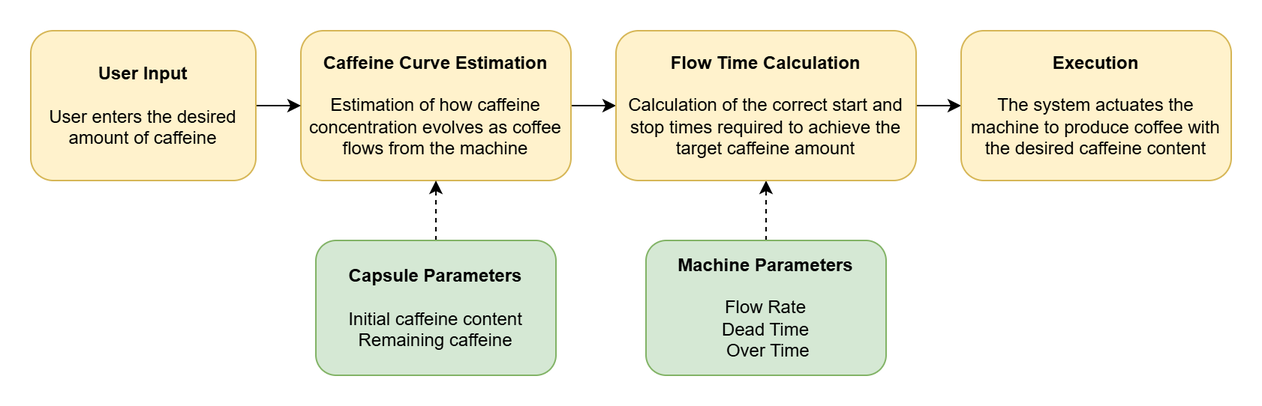
This is images/Overview.png from antonio-mariano/caffeine-content, a draw.io export, as it was before one commit. Source tidied: cells renumbered, new cells last; positions are measured from the earlier drawing's top-left corner, leaving out a move shared by most shapes.
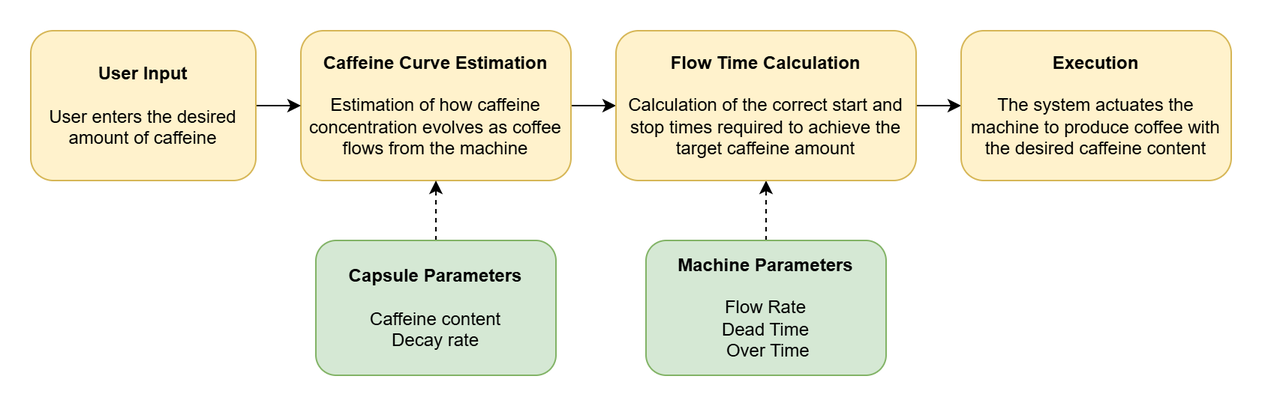
Above is the later version.

The edit, as a diff of the source:
```diff
@@ -32,7 +32,7 @@
     <mxCell id="11" style="edgeStyle=orthogonalEdgeStyle;rounded=0;jettySize=auto;html=1;exitX=0.5;exitY=0;exitDx=0;exitDy=0;entryX=0.5;entryY=1;entryDx=0;entryDy=0;dashed=1;" parent="1" edge="1" source="12" target="4">
       <mxGeometry relative="1" as="geometry" />
     </mxCell>
-    <mxCell id="12" value="&lt;div&gt;&lt;div&gt;&lt;b&gt;Capsule Parameters&lt;/b&gt;&lt;/div&gt;&lt;/div&gt;&lt;div&gt;&lt;br&gt;&lt;/div&gt;&lt;div&gt;Initial caffeine content&lt;/div&gt;&lt;div&gt;&lt;div&gt;Remaining caffeine&lt;/div&gt;&lt;/div&gt;" style="rounded=1;whiteSpace=wrap;html=1;fillColor=#d5e8d4;strokeColor=#82b366;" parent="1" vertex="1">
+    <mxCell id="12" value="&lt;div&gt;&lt;div&gt;&lt;b&gt;Capsule Parameters&lt;/b&gt;&lt;/div&gt;&lt;/div&gt;&lt;div&gt;&lt;br&gt;&lt;/div&gt;&lt;div&gt;Caffeine content&lt;/div&gt;&lt;div&gt;&lt;div&gt;Decay rate&lt;/div&gt;&lt;/div&gt;" style="rounded=1;whiteSpace=wrap;html=1;fillColor=#d5e8d4;strokeColor=#82b366;" parent="1" vertex="1">
       <mxGeometry x="190" y="140" width="160" height="90" as="geometry" />
     </mxCell>
   </root>
```
